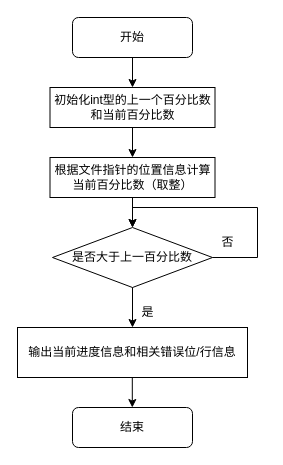
Above: baifenbi.drawio in CAIQIUJI/picture (draw.io), before the change. Source tidied: cells renumbered, new cells numbered last; positions are measured from the earlier drawing's top-left corner, leaving out a move shared by most shapes. Both pictures are drawn from the tidied source at 100%, with x=0, y=0 at pixel (17, 17).
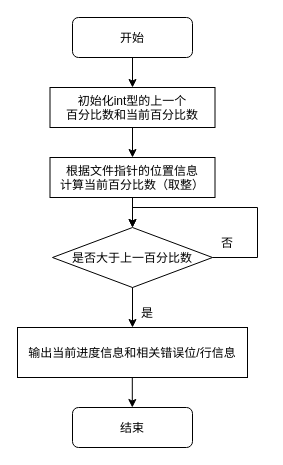
The same diagram, later.

The edit, as a diff of the source:
```diff
@@
 <mxGraphModel>
   <root>
     <mxCell id="0" />
     <mxCell id="1" parent="0" />
-    <mxCell id="2" value="输出当前进度信息和相关错误位/行信息" style="rounded=0;whiteSpace=wrap;html=1;" parent="1" vertex="1">
+    <mxCell id="2" value="输出当前进度信息和相关错误位/行信息" style="rounded=0;" parent="1" vertex="1">
       <mxGeometry y="310" width="230" height="50" as="geometry" />
     </mxCell>
-    <mxCell id="3" value="根据文件指针的位置信息计算当前百分比数（取整）" style="rounded=0;whiteSpace=wrap;html=1;" parent="1" vertex="1">
+    <mxCell id="3" value="根据文件指针的位置信息&#10;计算当前百分比数（取整）" style="rounded=0;" parent="1" vertex="1">
       <mxGeometry x="32.5" y="140" width="165" height="40" as="geometry" />
     </mxCell>
-    <mxCell id="4" style="endArrow=classic;html=1;rounded=0;exitX=0.5;exitY=1;exitDx=0;exitDy=0;" parent="1" edge="1">
+    <mxCell id="4" style="endArrow=classic;rounded=0;exitX=0.5;exitY=1;exitDx=0;exitDy=0;" parent="1" edge="1">
       <mxGeometry relative="1" as="geometry">
         <mxPoint x="114.8" y="360" as="sourcePoint" />
         <mxPoint x="114.8" y="390" as="targetPoint" />
       </mxGeometry>
     </mxCell>
-    <mxCell id="5" value="开始" style="rounded=1;whiteSpace=wrap;html=1;" parent="1" vertex="1">
+    <mxCell id="5" value="开始" style="rounded=1;" parent="1" vertex="1">
       <mxGeometry x="55" width="120" height="40" as="geometry" />
     </mxCell>
-    <mxCell id="6" value="初始化int型的上一个百分比数和当前百分比数" style="rounded=0;whiteSpace=wrap;html=1;" parent="1" vertex="1">
+    <mxCell id="6" value="初始化int型的上一个&#10;百分比数和当前百分比数" style="rounded=0;" parent="1" vertex="1">
       <mxGeometry x="32.5" y="70" width="165" height="40" as="geometry" />
     </mxCell>
-    <mxCell id="7" value="结束" style="rounded=1;whiteSpace=wrap;html=1;" parent="1" vertex="1">
+    <mxCell id="7" value="结束" style="rounded=1;" parent="1" vertex="1">
       <mxGeometry x="55" y="390" width="120" height="40" as="geometry" />
     </mxCell>
-    <mxCell id="8" style="endArrow=classic;html=1;rounded=0;exitX=0.5;exitY=1;exitDx=0;exitDy=0;" parent="1" edge="1" source="6" target="3">
+    <mxCell id="8" style="endArrow=classic;rounded=0;exitX=0.5;exitY=1;exitDx=0;exitDy=0;" parent="1" edge="1" source="6" target="3">
       <mxGeometry relative="1" as="geometry" />
     </mxCell>
-    <mxCell id="9" style="endArrow=classic;html=1;rounded=0;exitX=0.5;exitY=1;exitDx=0;exitDy=0;" parent="1" edge="1" source="5" target="6">
+    <mxCell id="9" style="endArrow=classic;rounded=0;exitX=0.5;exitY=1;exitDx=0;exitDy=0;" parent="1" edge="1" source="5" target="6">
       <mxGeometry relative="1" as="geometry" />
     </mxCell>
-    <mxCell id="10" value="是否大于上一百分比数" style="rhombus;whiteSpace=wrap;html=1;" parent="1" vertex="1">
+    <mxCell id="10" value="是否大于上一百分比数" style="rhombus;" parent="1" vertex="1">
       <mxGeometry x="35" y="210" width="160" height="60" as="geometry" />
     </mxCell>
-    <mxCell id="11" style="endArrow=classic;html=1;rounded=0;exitX=0.5;exitY=1;exitDx=0;exitDy=0;entryX=0.5;entryY=0;entryDx=0;entryDy=0;" parent="1" edge="1" source="10" target="2">
+    <mxCell id="11" style="endArrow=classic;rounded=0;exitX=0.5;exitY=1;exitDx=0;exitDy=0;entryX=0.5;entryY=0;entryDx=0;entryDy=0;" parent="1" edge="1" source="10" target="2">
       <mxGeometry relative="1" as="geometry" />
     </mxCell>
-    <mxCell id="12" value="是" style="text;html=1;align=center;verticalAlign=middle;strokeColor=none;fillColor=none;" parent="1" vertex="1">
+    <mxCell id="12" value="是" style="text;align=center;verticalAlign=middle;strokeColor=none;fillColor=none;" parent="1" vertex="1">
       <mxGeometry x="110" y="280" width="40" height="30" as="geometry" />
     </mxCell>
-    <mxCell id="13" style="endArrow=classic;html=1;rounded=0;entryX=0.5;entryY=0;entryDx=0;entryDy=0;exitX=1;exitY=0.5;exitDx=0;exitDy=0;" parent="1" edge="1" source="10" target="10">
+    <mxCell id="13" style="endArrow=classic;rounded=0;entryX=0.5;entryY=0;entryDx=0;entryDy=0;exitX=1;exitY=0.5;exitDx=0;exitDy=0;" parent="1" edge="1" source="10" target="10">
       <mxGeometry relative="1" as="geometry">
         <Array as="points">
           <mxPoint x="240" y="240" />
           <mxPoint x="240" y="190" />
           <mxPoint x="115" y="190" />
         </Array>
       </mxGeometry>
     </mxCell>
-    <mxCell id="14" value="否" style="text;html=1;align=center;verticalAlign=middle;strokeColor=none;fillColor=none;" parent="1" vertex="1">
+    <mxCell id="14" value="否" style="text;align=center;verticalAlign=middle;strokeColor=none;fillColor=none;" parent="1" vertex="1">
       <mxGeometry x="190" y="210" width="40" height="30" as="geometry" />
     </mxCell>
-    <mxCell id="15" style="endArrow=classic;html=1;rounded=0;exitX=0.5;exitY=1;exitDx=0;exitDy=0;entryX=0.5;entryY=0;entryDx=0;entryDy=0;" parent="1" edge="1" source="3" target="10">
+    <mxCell id="15" style="endArrow=classic;rounded=0;exitX=0.5;exitY=1;exitDx=0;exitDy=0;entryX=0.5;entryY=0;entryDx=0;entryDy=0;" parent="1" edge="1" source="3" target="10">
       <mxGeometry relative="1" as="geometry" />
     </mxCell>
   </root>
 </mxGraphModel>
```
